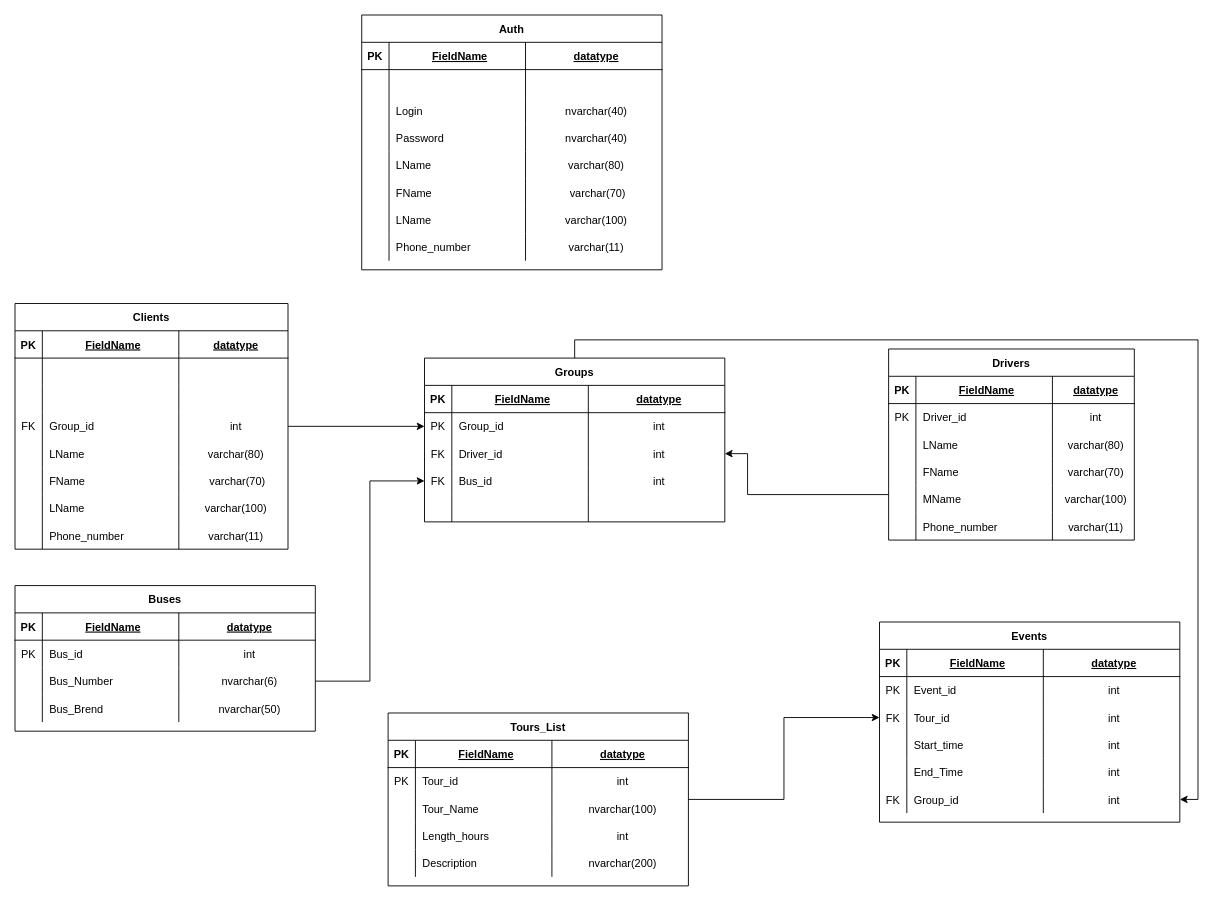
Earlier version of the draw.io diagram page "ДМБД" (2 of 3) of Diagramma_bez_nazvania.drawio (dima2015rl/test). Source tidied: cells renumbered, new cells numbered last; positions are measured from the earlier drawing's top-left corner, leaving out a move shared by most shapes. Both pictures are drawn from the tidied source at 91%, with x=0, y=0 at pixel (15, 15).
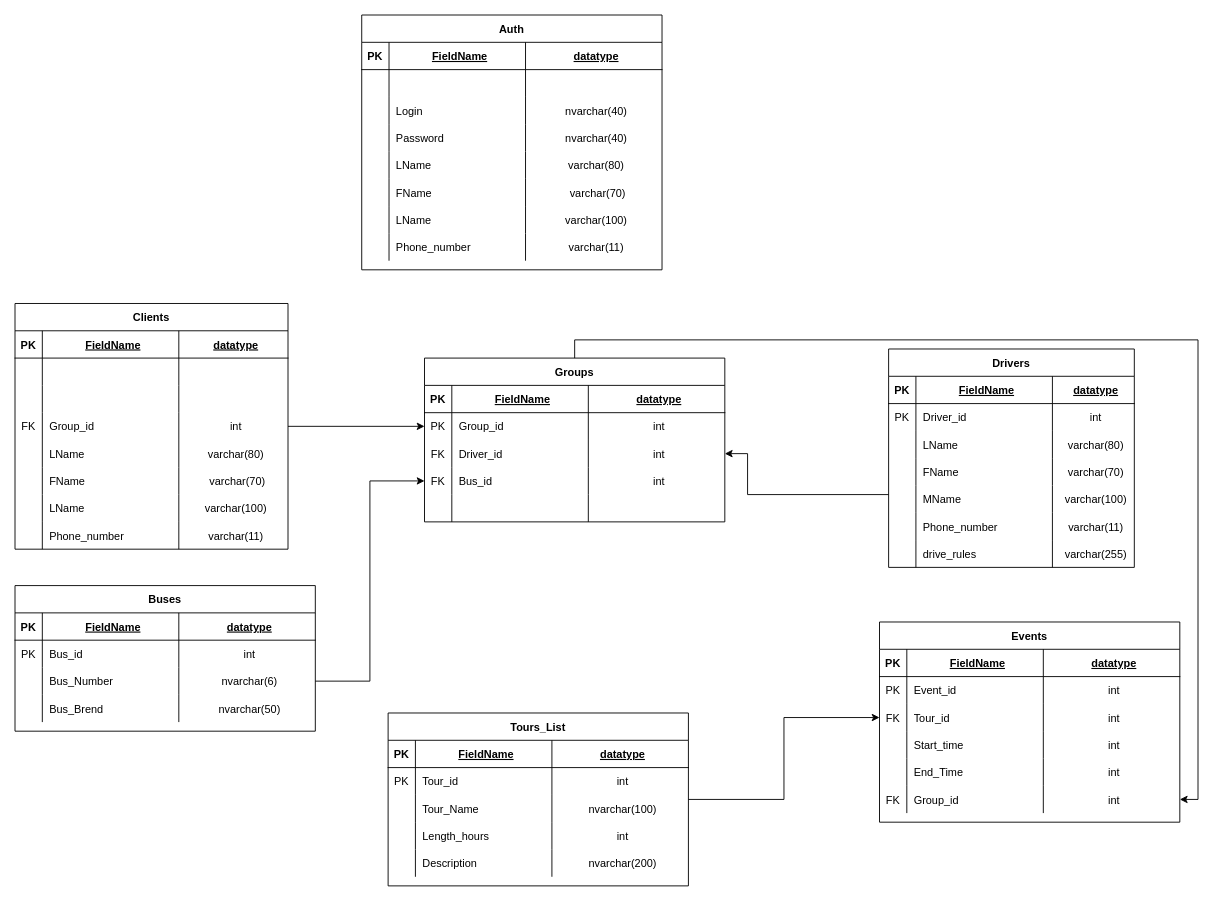
The same page after the edit.

Diff of the diagram source:
```diff
@@
     <mxCell id="75" value="Drivers" style="shape=table;startSize=30;childLayout=tableLayout;rowLines=0;fontStyle=1;align=center;" parent="1" vertex="1">
-      <mxGeometry x="960" y="367" width="270" height="210" as="geometry" />
+      <mxGeometry x="960" y="367" width="270" height="240" as="geometry" />
     </mxCell>
@@
+    <mxCell id="182" style="shape=partialRectangle;fillColor=none;top=0;left=0;bottom=0;right=0;" parent="75" vertex="1">
+      <mxGeometry y="210" width="270" height="30" as="geometry" />
+    </mxCell>
+    <mxCell id="183" style="shape=partialRectangle;fillColor=none;top=0;left=0;bottom=0;right=0;overflow=hidden;" parent="182" vertex="1">
+      <mxGeometry width="30" height="30" as="geometry" />
+    </mxCell>
+    <mxCell id="184" value="drive_rules" style="shape=partialRectangle;fillColor=none;top=0;left=0;bottom=0;right=0;align=left;spacingLeft=6;overflow=hidden;" parent="182" vertex="1">
+      <mxGeometry x="30" width="150" height="30" as="geometry" />
+    </mxCell>
+    <mxCell id="185" value="varchar(255)" style="shape=partialRectangle;fillColor=none;top=0;left=0;bottom=0;right=0;align=center;spacingLeft=6;overflow=hidden;" parent="182" vertex="1">
+      <mxGeometry x="180" width="90" height="30" as="geometry" />
+    </mxCell>
```
